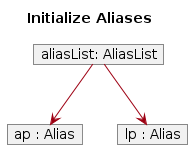
Earlier version of the PlantUML export diagrams/AliasCommandImplementation/AliasState0.png (jolenechong/tp). Its source is kept beside it as diagrams/AliasCommandImplementation/AliasState0.puml.
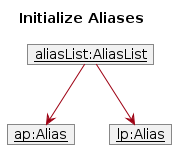
Above is the later version.

Diff of the diagram source:
```diff
@@ -6,13 +6,13 @@
 
 title Initialize Aliases
 
-object "aliasList: AliasList" as list {
+object "<u>aliasList:AliasList</u>" as list {
 }
 
-object "ap : Alias" as addproduct {
+object "<u>ap:Alias</u>" as addproduct {
 }
 
-object "lp : Alias" as listproduct {
+object "<u>lp:Alias</u>" as listproduct {
 }
 
 list --> addproduct
```
